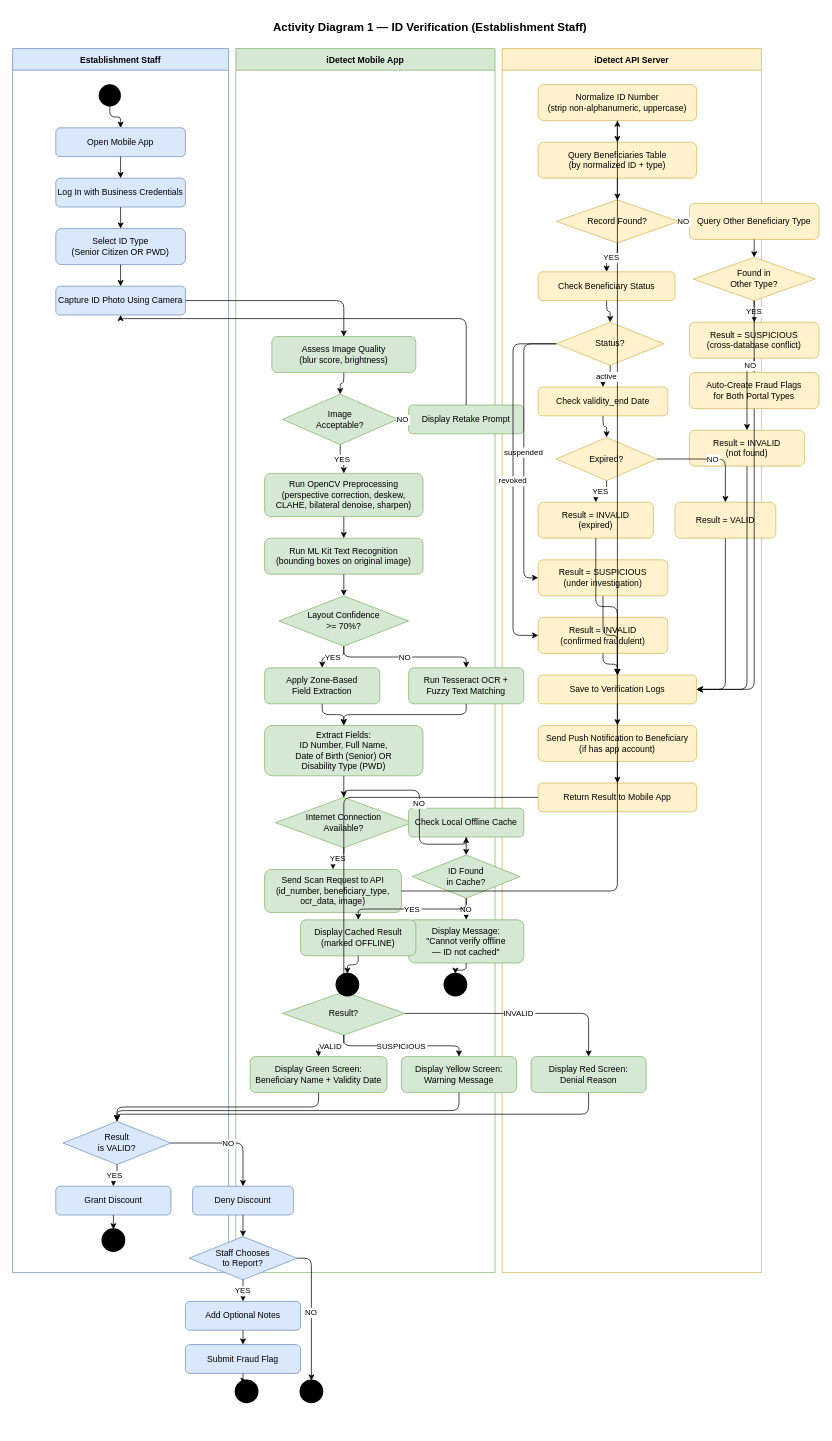
ceedee9/idetect-capstone keeps this draw.io diagram as documentation/diagrams/activity1_id_verification.drawio. Above is the earlier version. Source tidied: cells renumbered, new cells numbered last; positions are measured from the earlier drawing's top-left corner, leaving out a move shared by most shapes. Both pictures are drawn from the tidied source at 72%, with x=0, y=0 at pixel (12, 12).
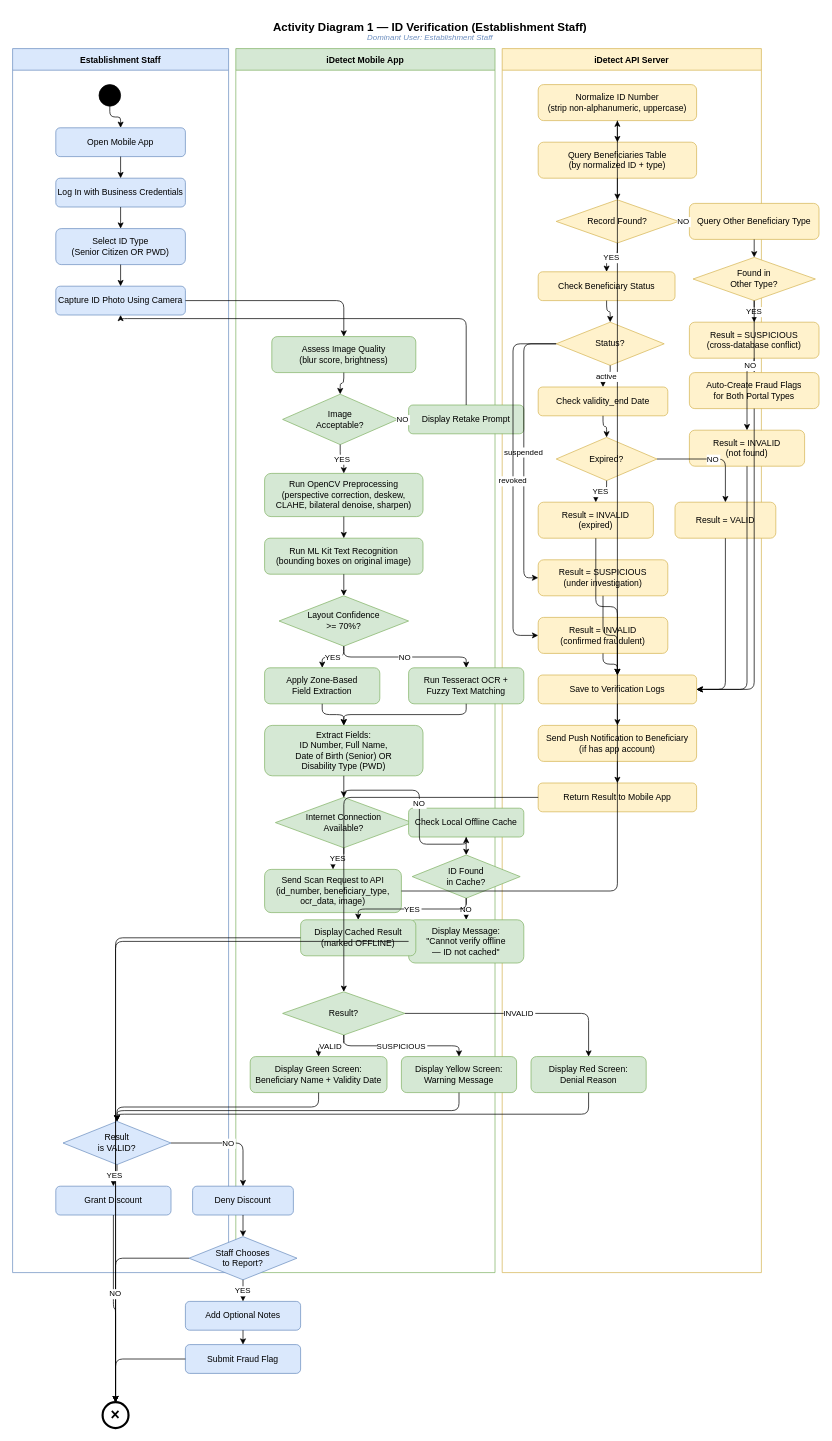
Above is the later version.

Unchanged cells that the change refers to:
```xml
<mxCell id="23" value="Display Message:&#10;&quot;Cannot verify offline&#10;— ID not cached&quot;" style="rounded=1;whiteSpace=wrap;html=1;fillColor=#d5e8d4;strokeColor=#82b366;" parent="1" vertex="1">
  <mxGeometry x="550" y="1260" width="160" height="60" as="geometry" />
</mxCell>
<mxCell id="24" value="Display Cached Result&#10;(marked OFFLINE)" style="rounded=1;whiteSpace=wrap;html=1;fillColor=#d5e8d4;strokeColor=#82b366;" parent="1" vertex="1">
  <mxGeometry x="400" y="1260" width="160" height="50" as="geometry" />
</mxCell>
<mxCell id="50" value="Grant Discount" style="rounded=1;whiteSpace=wrap;html=1;fillColor=#dae8fc;strokeColor=#6c8ebf;" parent="1" vertex="1">
  <mxGeometry x="60" y="1630" width="160" height="40" as="geometry" />
</mxCell>
<mxCell id="52" value="Staff Chooses&#10;to Report?" style="rhombus;whiteSpace=wrap;html=1;fillColor=#dae8fc;strokeColor=#6c8ebf;" parent="1" vertex="1">
  <mxGeometry x="245" y="1700" width="150" height="60" as="geometry" />
</mxCell>
<mxCell id="54" value="Submit Fraud Flag" style="rounded=1;whiteSpace=wrap;html=1;fillColor=#dae8fc;strokeColor=#6c8ebf;" parent="1" vertex="1">
  <mxGeometry x="240" y="1850" width="160" height="40" as="geometry" />
</mxCell>
```

The edit, as a diff of the source:
```diff
@@
+    <mxCell id="122" value="Dominant User: Establishment Staff" style="text;html=1;strokeColor=none;fillColor=none;align=center;verticalAlign=middle;whiteSpace=wrap;rounded=0;fontSize=11;fontStyle=2;fontColor=#6c8ebf;" parent="1" vertex="1">
+      <mxGeometry x="180" y="25" width="800" height="20" as="geometry" />
+    </mxCell>
@@
-    <mxCell id="55" style="ellipse;whiteSpace=wrap;html=1;fillColor=#000000;strokeColor=#000000;strokeWidth=3;" parent="1" vertex="1">
-      <mxGeometry x="125" y="1690" width="30" height="30" as="geometry" />
-    </mxCell>
-    <mxCell id="56" style="ellipse;whiteSpace=wrap;html=1;fillColor=#000000;strokeColor=#000000;strokeWidth=3;" parent="1" vertex="1">
-      <mxGeometry x="310" y="1900" width="30" height="30" as="geometry" />
-    </mxCell>
-    <mxCell id="57" style="ellipse;whiteSpace=wrap;html=1;fillColor=#000000;strokeColor=#000000;strokeWidth=3;" parent="1" vertex="1">
-      <mxGeometry x="400" y="1900" width="30" height="30" as="geometry" />
-    </mxCell>
-    <mxCell id="58" style="ellipse;whiteSpace=wrap;html=1;fillColor=#000000;strokeColor=#000000;strokeWidth=3;" parent="1" vertex="1">
-      <mxGeometry x="600" y="1335" width="30" height="30" as="geometry" />
-    </mxCell>
-    <mxCell id="59" style="ellipse;whiteSpace=wrap;html=1;fillColor=#000000;strokeColor=#000000;strokeWidth=3;" parent="1" vertex="1">
-      <mxGeometry x="450" y="1335" width="30" height="30" as="geometry" />
-    </mxCell>
+    <mxCell id="123" value="×" style="ellipse;whiteSpace=wrap;html=1;fillColor=#ffffff;strokeColor=#000000;strokeWidth=3;fontSize=22;fontStyle=1;" parent="1" vertex="1">
+      <mxGeometry x="125" y="1930" width="36" height="36" as="geometry" />
+    </mxCell>
@@
-    <mxCell id="80" style="edgeStyle=orthogonalEdgeStyle;" parent="1" edge="1" source="23" target="58">
+    <mxCell id="80" style="edgeStyle=orthogonalEdgeStyle;" parent="1" edge="1" source="23" target="123">
       <mxGeometry relative="1" as="geometry" />
     </mxCell>
-    <mxCell id="81" style="edgeStyle=orthogonalEdgeStyle;" parent="1" edge="1" source="24" target="59">
+    <mxCell id="81" style="edgeStyle=orthogonalEdgeStyle;" parent="1" edge="1" source="24" target="123">
       <mxGeometry relative="1" as="geometry" />
     </mxCell>
@@
-    <mxCell id="116" style="edgeStyle=orthogonalEdgeStyle;" parent="1" edge="1" source="50" target="55">
+    <mxCell id="116" style="edgeStyle=orthogonalEdgeStyle;" parent="1" edge="1" source="50" target="123">
       <mxGeometry relative="1" as="geometry" />
     </mxCell>
@@
-    <mxCell id="120" style="edgeStyle=orthogonalEdgeStyle;" parent="1" edge="1" source="54" target="56">
+    <mxCell id="120" style="edgeStyle=orthogonalEdgeStyle;" parent="1" edge="1" source="54" target="123">
       <mxGeometry relative="1" as="geometry" />
     </mxCell>
-    <mxCell id="121" value="NO" style="edgeStyle=orthogonalEdgeStyle;" parent="1" edge="1" source="52" target="57">
+    <mxCell id="121" value="NO" style="edgeStyle=orthogonalEdgeStyle;" parent="1" edge="1" source="52" target="123">
       <mxGeometry relative="1" as="geometry" />
     </mxCell>
```
